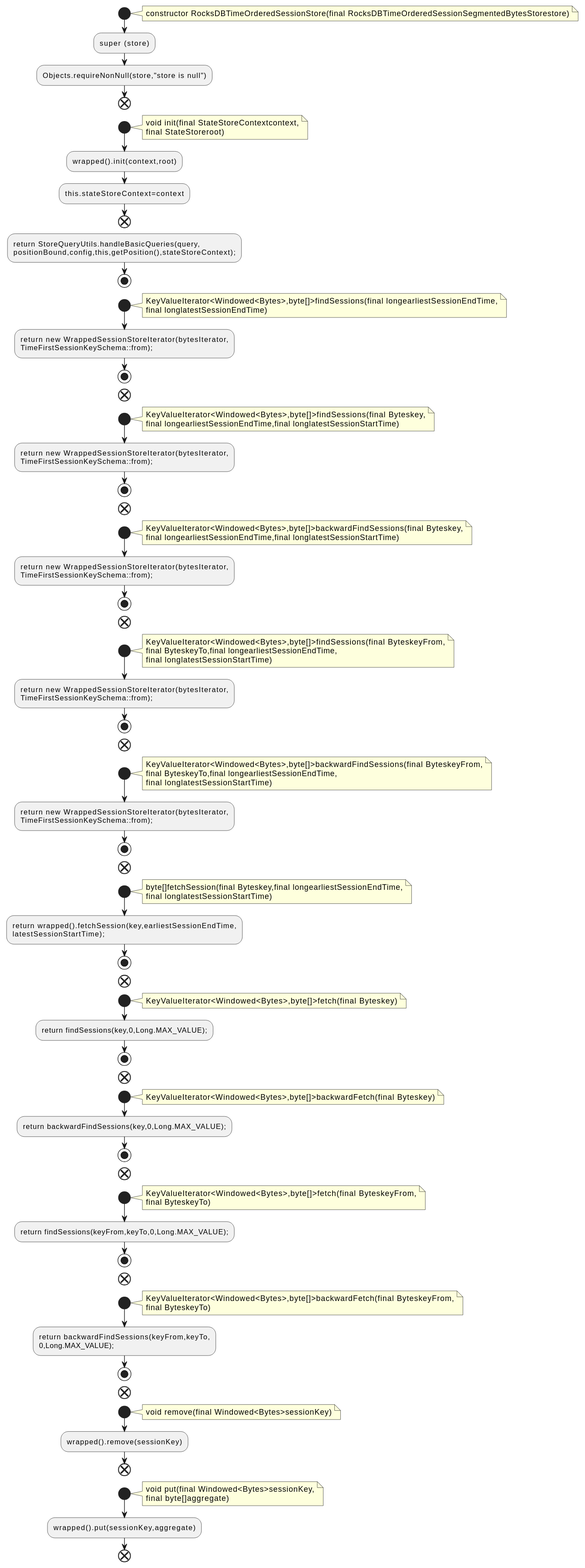
Above: docs/qc/streams/src/main/java/org/apache/kafka/streams/state/internals/RocksDBTimeOrderedSessionStore.java.fct.svg in qualitesys/kafka (PlantUML), before the change.
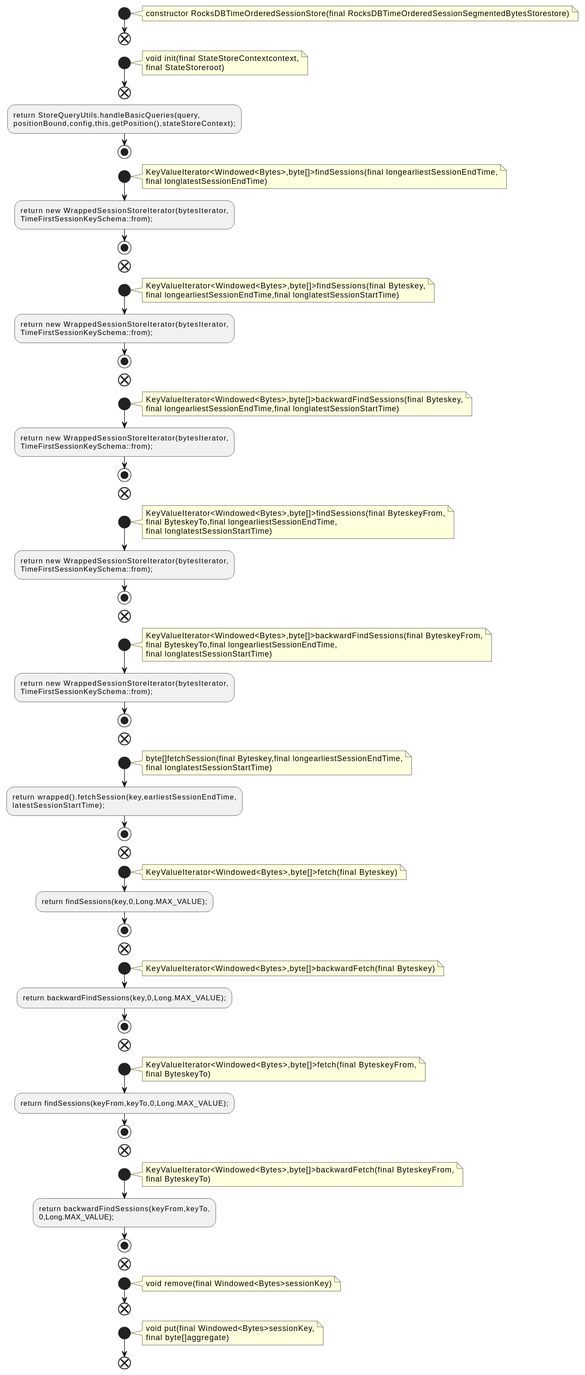
The same file after the commit.

The edit, as a diff of the source:
```diff
@@ -4,16 +4,12 @@
 note right
 constructor RocksDBTimeOrderedSessionStore(final RocksDBTimeOrderedSessionSegmentedBytesStorestore)
 end note
-:super (store);
-:Objects.requireNonNull(store,"store is null");
 end
 start
 note right
 void init(final StateStoreContextcontext,
 final StateStoreroot)
 end note
-:wrapped().init(context,root);
-:this.stateStoreContext=context;
 end
 :return StoreQueryUtils.handleBasicQueries(query,
 positionBound,config,this,getPosition(),stateStoreContext);;
@@ -109,13 +105,11 @@
 note right
 void remove(final Windowed<Bytes>sessionKey)
 end note
-:wrapped().remove(sessionKey);
 end
 start
 note right
 void put(final Windowed<Bytes>sessionKey,
 final byte[]aggregate)
 end note
-:wrapped().put(sessionKey,aggregate);
 end
 @enduml
```
